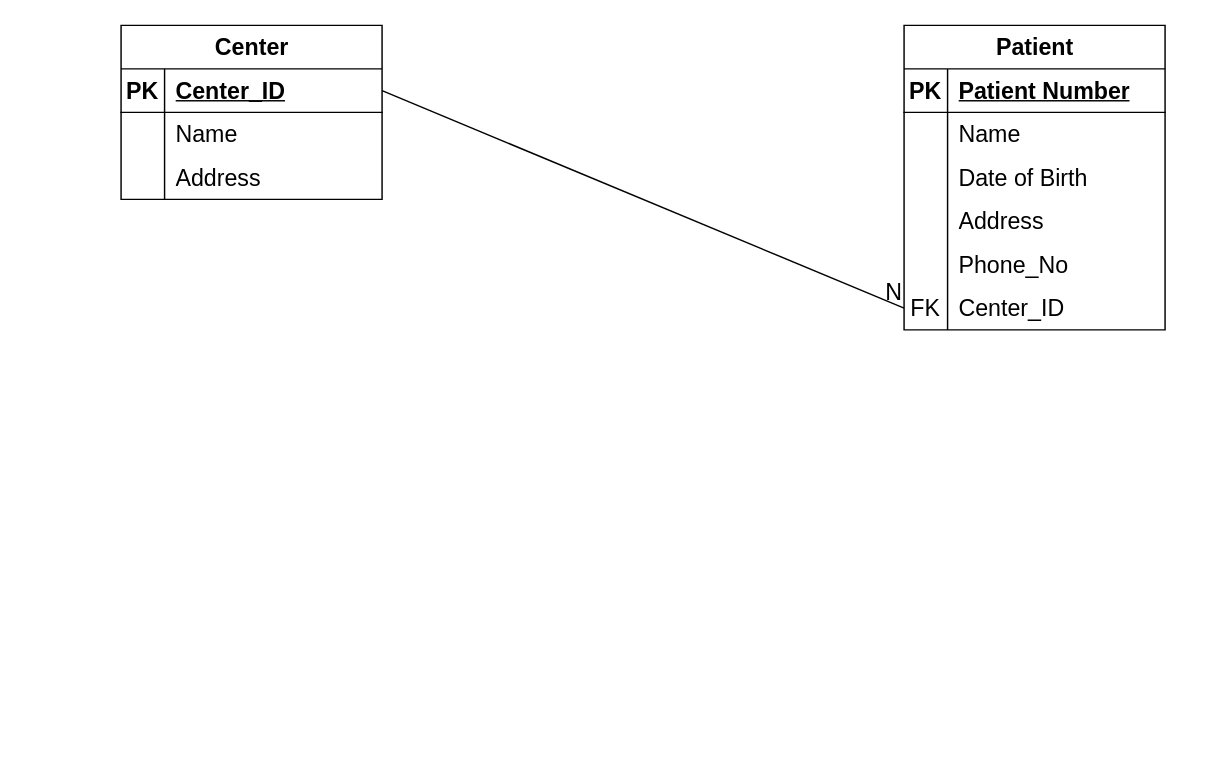
Before: DDD/Untitled Diagram.drawio in ThanushkarSiva1238/Database_Design, a draw.io diagram. Source tidied: cells renumbered, new cells numbered last; positions are measured from the earlier drawing's top-left corner, leaving out a move shared by most shapes. Both pictures are drawn from the tidied source at 145%, with x=0, y=0 at pixel (120, 25).
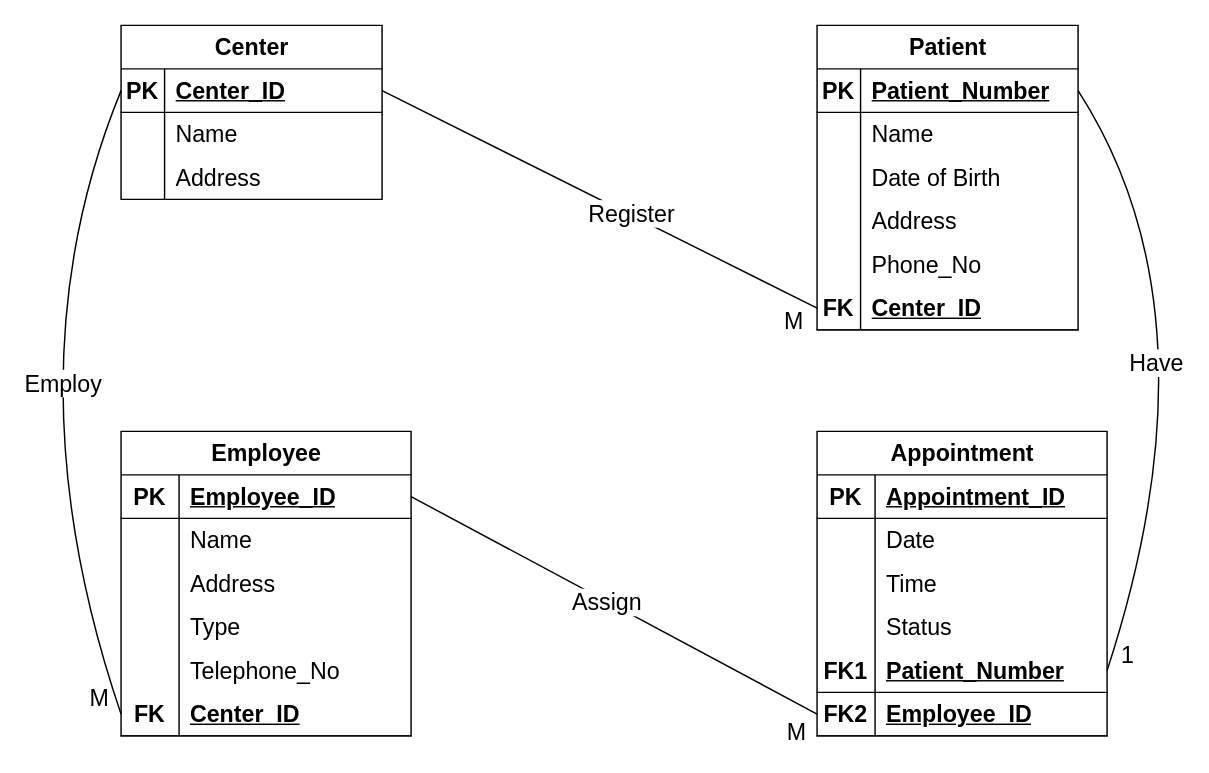
After the change.

Commit message (it also covers changes not shown here):
Medical Appointment System Diagram.drawio

Unchanged cells that the change refers to:
```xml
<mxCell id="3" style="shape=tableRow;horizontal=0;startSize=0;swimlaneHead=0;swimlaneBody=0;fillColor=none;points=[[0,0.5],[1,0.5]];portConstraint=eastwest;top=0;left=0;right=0;bottom=1;fontSize=16;" parent="2" vertex="1">
  <mxGeometry y="30" width="180" height="30" as="geometry" />
</mxCell>
<mxCell id="13" style="shape=tableRow;horizontal=0;startSize=0;swimlaneHead=0;swimlaneBody=0;fillColor=none;points=[[0,0.5],[1,0.5]];portConstraint=eastwest;top=0;left=0;right=0;bottom=1;fontSize=16;" parent="12" vertex="1">
  <mxGeometry y="30" width="180" height="30" as="geometry" />
</mxCell>
```

Diff of the diagram source:
```diff
@@
     <mxCell id="12" value="Patient" style="shape=table;startSize=30;childLayout=tableLayout;rowLines=0;fontStyle=1;align=center;html=1;fontSize=16;" parent="1" vertex="1">
-      <mxGeometry x="540" width="180" height="210" as="geometry" />
+      <mxGeometry x="480" width="180" height="210" as="geometry" />
     </mxCell>
@@
-    <mxCell id="15" value="Patient Number" style="shape=partialRectangle;fillColor=none;top=0;left=0;bottom=0;right=0;align=left;spacingLeft=6;fontStyle=5;overflow=hidden;whiteSpace=wrap;html=1;fontSize=16;" parent="13" vertex="1">
+    <mxCell id="15" value="Patient_Number" style="shape=partialRectangle;fillColor=none;top=0;left=0;bottom=0;right=0;align=left;spacingLeft=6;fontStyle=5;overflow=hidden;whiteSpace=wrap;html=1;fontSize=16;" parent="13" vertex="1">
       <mxGeometry x="30" width="150" height="30" as="geometry" />
     </mxCell>
@@
-    <mxCell id="28" style="shape=tableRow;horizontal=0;startSize=0;swimlaneHead=0;swimlaneBody=0;fillColor=none;points=[[0,0.5],[1,0.5]];portConstraint=eastwest;top=0;left=0;right=0;bottom=0;fontSize=16;" parent="12" vertex="1">
-      <mxGeometry y="180" width="180" height="30" as="geometry" />
-    </mxCell>
-    <mxCell id="29" value="FK" style="shape=partialRectangle;fillColor=none;top=0;left=0;bottom=0;right=0;overflow=hidden;whiteSpace=wrap;html=1;fontSize=16;" parent="28" vertex="1">
-      <mxGeometry width="30" height="30" as="geometry" />
-    </mxCell>
-    <mxCell id="30" value="Center_ID" style="shape=partialRectangle;fillColor=none;top=0;left=0;bottom=0;right=0;align=left;spacingLeft=6;overflow=hidden;whiteSpace=wrap;html=1;fontSize=16;" parent="28" vertex="1">
-      <mxGeometry x="30" width="150" height="30" as="geometry" />
-    </mxCell>
+    <mxCell id="33" style="shape=tableRow;horizontal=0;startSize=0;swimlaneHead=0;swimlaneBody=0;fillColor=none;top=0;left=0;right=0;bottom=1;fontSize=16;" parent="12" vertex="1">
+      <mxGeometry y="180" width="180" height="30" as="geometry" />
+    </mxCell>
+    <mxCell id="34" value="FK" style="shape=partialRectangle;fillColor=none;top=0;left=0;bottom=0;right=0;fontStyle=1;overflow=hidden;whiteSpace=wrap;html=1;fontSize=16;" parent="33" vertex="1">
+      <mxGeometry width="30" height="30" as="geometry" />
+    </mxCell>
+    <mxCell id="35" value="Center_ID" style="shape=partialRectangle;fillColor=none;top=0;left=0;bottom=0;right=0;align=left;spacingLeft=6;fontStyle=5;overflow=hidden;whiteSpace=wrap;html=1;fontSize=16;" parent="33" vertex="1">
+      <mxGeometry x="30" width="150" height="30" as="geometry" />
+    </mxCell>
-    <mxCell id="31" style="endArrow=none;html=1;rounded=0;fontSize=12;startSize=8;endSize=8;curved=1;exitX=1;exitY=0.5;exitDx=0;exitDy=0;entryX=0;entryY=0.5;entryDx=0;entryDy=0;" parent="1" edge="1" source="3" target="28">
-      <mxGeometry relative="1" as="geometry" />
+    <mxCell id="31" style="endArrow=none;html=1;rounded=0;fontSize=12;startSize=8;endSize=8;curved=1;exitX=1;exitY=0.5;exitDx=0;exitDy=0;entryX=0;entryY=0.5;entryDx=0;entryDy=0;" parent="1" edge="1" source="3">
+      <mxGeometry relative="1" as="geometry">
+        <mxPoint x="480" y="195" as="targetPoint" />
+      </mxGeometry>
     </mxCell>
-    <mxCell id="32" value="N" style="html=1;whiteSpace=wrap;align=right;verticalAlign=bottom;fontSize=16;" parent="31" vertex="1">
-      <mxGeometry x="1" relative="1" as="geometry" />
+    <mxCell id="32" value="M" style="html=1;whiteSpace=wrap;align=right;verticalAlign=bottom;fontSize=16;" parent="31" vertex="1">
+      <mxGeometry x="1" relative="1" as="geometry">
+        <mxPoint x="-8" y="20" as="offset" />
+      </mxGeometry>
     </mxCell>
+    <mxCell id="36" value="Register" style="edgeLabel;html=1;align=center;verticalAlign=middle;fontSize=16;" parent="31" vertex="1">
+      <mxGeometry x="0.14" y="1" relative="1" as="geometry" />
+    </mxCell>
+    <mxCell id="37" value="Appointment" style="shape=table;startSize=30;childLayout=tableLayout;rowLines=0;fontStyle=1;align=center;html=1;fontSize=16;" parent="1" vertex="1">
+      <mxGeometry x="480" y="280" width="200" height="210" as="geometry" />
+    </mxCell>
+    <mxCell id="38" style="shape=tableRow;horizontal=0;startSize=0;swimlaneHead=0;swimlaneBody=0;fillColor=none;top=0;left=0;right=0;bottom=1;fontSize=16;" parent="37" vertex="1">
+      <mxGeometry y="30" width="200" height="30" as="geometry" />
+    </mxCell>
+    <mxCell id="39" value="PK" style="shape=partialRectangle;fillColor=none;top=0;left=0;bottom=0;right=0;fontStyle=1;overflow=hidden;whiteSpace=wrap;html=1;fontSize=16;" parent="38" vertex="1">
+      <mxGeometry width="40" height="30" as="geometry" />
+    </mxCell>
+    <mxCell id="40" value="Appointment_ID" style="shape=partialRectangle;fillColor=none;top=0;left=0;bottom=0;right=0;align=left;spacingLeft=6;fontStyle=5;overflow=hidden;whiteSpace=wrap;html=1;fontSize=16;" parent="38" vertex="1">
+      <mxGeometry x="40" width="160" height="30" as="geometry" />
+    </mxCell>
+    <mxCell id="41" style="shape=tableRow;horizontal=0;startSize=0;swimlaneHead=0;swimlaneBody=0;fillColor=none;top=0;left=0;right=0;bottom=0;fontSize=16;" parent="37" vertex="1">
+      <mxGeometry y="60" width="200" height="30" as="geometry" />
+    </mxCell>
+    <mxCell id="42" style="shape=partialRectangle;fillColor=none;top=0;left=0;bottom=0;right=0;overflow=hidden;whiteSpace=wrap;html=1;fontSize=16;" parent="41" vertex="1">
+      <mxGeometry width="40" height="30" as="geometry" />
+    </mxCell>
+    <mxCell id="43" value="Date" style="shape=partialRectangle;fillColor=none;top=0;left=0;bottom=0;right=0;align=left;spacingLeft=6;overflow=hidden;whiteSpace=wrap;html=1;fontSize=16;" parent="41" vertex="1">
+      <mxGeometry x="40" width="160" height="30" as="geometry" />
+    </mxCell>
+    <mxCell id="44" style="shape=tableRow;horizontal=0;startSize=0;swimlaneHead=0;swimlaneBody=0;fillColor=none;top=0;left=0;right=0;bottom=0;fontSize=16;" parent="37" vertex="1">
+      <mxGeometry y="90" width="200" height="30" as="geometry" />
+    </mxCell>
+    <mxCell id="45" style="shape=partialRectangle;fillColor=none;top=0;left=0;bottom=0;right=0;overflow=hidden;whiteSpace=wrap;html=1;fontSize=16;" parent="44" vertex="1">
+      <mxGeometry width="40" height="30" as="geometry" />
+    </mxCell>
+    <mxCell id="46" value="Time" style="shape=partialRectangle;fillColor=none;top=0;left=0;bottom=0;right=0;align=left;spacingLeft=6;overflow=hidden;whiteSpace=wrap;html=1;fontSize=16;" parent="44" vertex="1">
+      <mxGeometry x="40" width="160" height="30" as="geometry" />
+    </mxCell>
+    <mxCell id="47" style="shape=tableRow;horizontal=0;startSize=0;swimlaneHead=0;swimlaneBody=0;fillColor=none;top=0;left=0;right=0;bottom=0;fontSize=16;" parent="37" vertex="1">
+      <mxGeometry y="120" width="200" height="30" as="geometry" />
+    </mxCell>
+    <mxCell id="48" style="shape=partialRectangle;fillColor=none;top=0;left=0;bottom=0;right=0;overflow=hidden;whiteSpace=wrap;html=1;fontSize=16;" parent="47" vertex="1">
+      <mxGeometry width="40" height="30" as="geometry" />
+    </mxCell>
+    <mxCell id="49" value="Status" style="shape=partialRectangle;fillColor=none;top=0;left=0;bottom=0;right=0;align=left;spacingLeft=6;overflow=hidden;whiteSpace=wrap;html=1;fontSize=16;" parent="47" vertex="1">
+      <mxGeometry x="40" width="160" height="30" as="geometry" />
+    </mxCell>
+    <mxCell id="50" style="shape=tableRow;horizontal=0;startSize=0;swimlaneHead=0;swimlaneBody=0;fillColor=none;points=[[0,0.5],[1,0.5]];portConstraint=eastwest;top=0;left=0;right=0;bottom=1;fontSize=16;" parent="37" vertex="1">
+      <mxGeometry y="150" width="200" height="30" as="geometry" />
+    </mxCell>
+    <mxCell id="51" value="FK1" style="shape=partialRectangle;fillColor=none;top=0;left=0;bottom=0;right=0;fontStyle=1;overflow=hidden;whiteSpace=wrap;html=1;fontSize=16;" parent="50" vertex="1">
+      <mxGeometry width="40" height="30" as="geometry" />
+    </mxCell>
+    <mxCell id="52" value="Patient_Number" style="shape=partialRectangle;fillColor=none;top=0;left=0;bottom=0;right=0;align=left;spacingLeft=6;fontStyle=5;overflow=hidden;whiteSpace=wrap;html=1;fontSize=16;" parent="50" vertex="1">
+      <mxGeometry x="40" width="160" height="30" as="geometry" />
+    </mxCell>
+    <mxCell id="53" style="shape=tableRow;horizontal=0;startSize=0;swimlaneHead=0;swimlaneBody=0;fillColor=none;points=[[0,0.5],[1,0.5]];portConstraint=eastwest;top=0;left=0;right=0;bottom=1;fontSize=16;" parent="37" vertex="1">
+      <mxGeometry y="180" width="200" height="30" as="geometry" />
+    </mxCell>
+    <mxCell id="54" value="FK2" style="shape=partialRectangle;fillColor=none;top=0;left=0;bottom=0;right=0;fontStyle=1;overflow=hidden;whiteSpace=wrap;html=1;fontSize=16;" parent="53" vertex="1">
+      <mxGeometry width="40" height="30" as="geometry" />
+    </mxCell>
+    <mxCell id="55" value="Employee_ID" style="shape=partialRectangle;fillColor=none;top=0;left=0;bottom=0;right=0;align=left;spacingLeft=6;fontStyle=5;overflow=hidden;whiteSpace=wrap;html=1;fontSize=16;" parent="53" vertex="1">
+      <mxGeometry x="40" width="160" height="30" as="geometry" />
+    </mxCell>
+    <mxCell id="56" style="endArrow=none;html=1;rounded=0;fontSize=12;startSize=8;endSize=8;curved=1;exitX=1;exitY=0.5;exitDx=0;exitDy=0;entryX=1;entryY=0.5;entryDx=0;entryDy=0;" parent="1" edge="1" source="13" target="50">
+      <mxGeometry relative="1" as="geometry">
+        <Array as="points">
+          <mxPoint x="760" y="200" />
+        </Array>
+      </mxGeometry>
+    </mxCell>
+    <mxCell id="57" value="1" style="html=1;whiteSpace=wrap;align=right;verticalAlign=bottom;fontSize=16;" parent="56" vertex="1">
+      <mxGeometry x="1" relative="1" as="geometry">
+        <mxPoint x="20" as="offset" />
+      </mxGeometry>
+    </mxCell>
+    <mxCell id="58" value="Have" style="edgeLabel;html=1;align=center;verticalAlign=middle;fontSize=16;" parent="56" vertex="1">
+      <mxGeometry x="0.04" y="-34" relative="1" as="geometry" />
+    </mxCell>
+    <mxCell id="59" value="Employee" style="shape=table;startSize=30;childLayout=tableLayout;rowLines=0;fontStyle=1;align=center;html=1;fontSize=16;" parent="1" vertex="1">
+      <mxGeometry y="280" width="200" height="210" as="geometry" />
+    </mxCell>
+    <mxCell id="60" style="shape=tableRow;horizontal=0;startSize=0;swimlaneHead=0;swimlaneBody=0;fillColor=none;points=[[0,0.5],[1,0.5]];portConstraint=eastwest;top=0;left=0;right=0;bottom=1;fontSize=16;" parent="59" vertex="1">
+      <mxGeometry y="30" width="200" height="30" as="geometry" />
+    </mxCell>
+    <mxCell id="61" value="PK" style="shape=partialRectangle;fillColor=none;top=0;left=0;bottom=0;right=0;fontStyle=1;overflow=hidden;whiteSpace=wrap;html=1;fontSize=16;" parent="60" vertex="1">
+      <mxGeometry width="40" height="30" as="geometry" />
+    </mxCell>
+    <mxCell id="62" value="Employee_ID" style="shape=partialRectangle;fillColor=none;top=0;left=0;bottom=0;right=0;align=left;spacingLeft=6;fontStyle=5;overflow=hidden;whiteSpace=wrap;html=1;fontSize=16;" parent="60" vertex="1">
+      <mxGeometry x="40" width="160" height="30" as="geometry" />
+    </mxCell>
+    <mxCell id="63" style="shape=tableRow;horizontal=0;startSize=0;swimlaneHead=0;swimlaneBody=0;fillColor=none;top=0;left=0;right=0;bottom=0;fontSize=16;" parent="59" vertex="1">
+      <mxGeometry y="60" width="200" height="30" as="geometry" />
+    </mxCell>
+    <mxCell id="64" style="shape=partialRectangle;fillColor=none;top=0;left=0;bottom=0;right=0;overflow=hidden;whiteSpace=wrap;html=1;fontSize=16;" parent="63" vertex="1">
+      <mxGeometry width="40" height="30" as="geometry" />
+    </mxCell>
+    <mxCell id="65" value="Name" style="shape=partialRectangle;fillColor=none;top=0;left=0;bottom=0;right=0;align=left;spacingLeft=6;overflow=hidden;whiteSpace=wrap;html=1;fontSize=16;" parent="63" vertex="1">
+      <mxGeometry x="40" width="160" height="30" as="geometry" />
+    </mxCell>
+    <mxCell id="66" style="shape=tableRow;horizontal=0;startSize=0;swimlaneHead=0;swimlaneBody=0;fillColor=none;top=0;left=0;right=0;bottom=0;fontSize=16;" parent="59" vertex="1">
+      <mxGeometry y="90" width="200" height="30" as="geometry" />
+    </mxCell>
+    <mxCell id="67" style="shape=partialRectangle;fillColor=none;top=0;left=0;bottom=0;right=0;overflow=hidden;whiteSpace=wrap;html=1;fontSize=16;" parent="66" vertex="1">
+      <mxGeometry width="40" height="30" as="geometry" />
+    </mxCell>
+    <mxCell id="68" value="Address" style="shape=partialRectangle;fillColor=none;top=0;left=0;bottom=0;right=0;align=left;spacingLeft=6;overflow=hidden;whiteSpace=wrap;html=1;fontSize=16;" parent="66" vertex="1">
+      <mxGeometry x="40" width="160" height="30" as="geometry" />
+    </mxCell>
+    <mxCell id="69" style="shape=tableRow;horizontal=0;startSize=0;swimlaneHead=0;swimlaneBody=0;fillColor=none;top=0;left=0;right=0;bottom=0;fontSize=16;" parent="59" vertex="1">
+      <mxGeometry y="120" width="200" height="30" as="geometry" />
+    </mxCell>
+    <mxCell id="70" style="shape=partialRectangle;fillColor=none;top=0;left=0;bottom=0;right=0;overflow=hidden;whiteSpace=wrap;html=1;fontSize=16;" parent="69" vertex="1">
+      <mxGeometry width="40" height="30" as="geometry" />
+    </mxCell>
+    <mxCell id="71" value="Type" style="shape=partialRectangle;fillColor=none;top=0;left=0;bottom=0;right=0;align=left;spacingLeft=6;overflow=hidden;whiteSpace=wrap;html=1;fontSize=16;" parent="69" vertex="1">
+      <mxGeometry x="40" width="160" height="30" as="geometry" />
+    </mxCell>
+    <mxCell id="72" style="shape=tableRow;horizontal=0;startSize=0;swimlaneHead=0;swimlaneBody=0;fillColor=none;top=0;left=0;right=0;bottom=0;fontSize=16;" parent="59" vertex="1">
+      <mxGeometry y="150" width="200" height="30" as="geometry" />
+    </mxCell>
+    <mxCell id="73" style="shape=partialRectangle;fillColor=none;top=0;left=0;bottom=0;right=0;overflow=hidden;whiteSpace=wrap;html=1;fontSize=16;" parent="72" vertex="1">
+      <mxGeometry width="40" height="30" as="geometry" />
+    </mxCell>
+    <mxCell id="74" value="Telephone_No" style="shape=partialRectangle;fillColor=none;top=0;left=0;bottom=0;right=0;align=left;spacingLeft=6;overflow=hidden;whiteSpace=wrap;html=1;fontSize=16;" parent="72" vertex="1">
+      <mxGeometry x="40" width="160" height="30" as="geometry" />
+    </mxCell>
+    <mxCell id="75" style="shape=tableRow;horizontal=0;startSize=0;swimlaneHead=0;swimlaneBody=0;fillColor=none;points=[[0,0.5],[1,0.5]];portConstraint=eastwest;top=0;left=0;right=0;bottom=1;fontSize=16;" parent="59" vertex="1">
+      <mxGeometry y="180" width="200" height="30" as="geometry" />
+    </mxCell>
+    <mxCell id="76" value="FK" style="shape=partialRectangle;fillColor=none;top=0;left=0;bottom=0;right=0;fontStyle=1;overflow=hidden;whiteSpace=wrap;html=1;fontSize=16;" parent="75" vertex="1">
+      <mxGeometry width="40" height="30" as="geometry" />
+    </mxCell>
+    <mxCell id="77" value="Center_ID" style="shape=partialRectangle;fillColor=none;top=0;left=0;bottom=0;right=0;align=left;spacingLeft=6;fontStyle=5;overflow=hidden;whiteSpace=wrap;html=1;fontSize=16;" parent="75" vertex="1">
+      <mxGeometry x="40" width="160" height="30" as="geometry" />
+    </mxCell>
+    <mxCell id="78" style="endArrow=none;html=1;rounded=0;fontSize=12;startSize=8;endSize=8;curved=1;exitX=0;exitY=0.5;exitDx=0;exitDy=0;entryX=0;entryY=0.5;entryDx=0;entryDy=0;" parent="1" edge="1" source="3" target="75">
+      <mxGeometry relative="1" as="geometry">
+        <Array as="points">
+          <mxPoint x="-80" y="240" />
+        </Array>
+      </mxGeometry>
+    </mxCell>
+    <mxCell id="79" value="M" style="html=1;whiteSpace=wrap;align=right;verticalAlign=bottom;fontSize=16;" parent="78" vertex="1">
+      <mxGeometry x="1" relative="1" as="geometry">
+        <mxPoint x="-7" as="offset" />
+      </mxGeometry>
+    </mxCell>
+    <mxCell id="80" value="Employ" style="edgeLabel;html=1;align=center;verticalAlign=middle;fontSize=16;" parent="78" vertex="1">
+      <mxGeometry y="35" relative="1" as="geometry" />
+    </mxCell>
+    <mxCell id="81" style="endArrow=none;html=1;rounded=0;fontSize=12;startSize=8;endSize=8;curved=1;exitX=0;exitY=0.5;exitDx=0;exitDy=0;entryX=1;entryY=0.5;entryDx=0;entryDy=0;" parent="1" edge="1" source="53" target="60">
+      <mxGeometry relative="1" as="geometry" />
+    </mxCell>
+    <mxCell id="82" value="M" style="html=1;whiteSpace=wrap;align=right;verticalAlign=bottom;fontSize=16;" parent="81" vertex="1">
+      <mxGeometry x="1" relative="1" as="geometry">
+        <mxPoint x="274" y="173" as="offset" />
+      </mxGeometry>
+    </mxCell>
+    <mxCell id="83" value="Assign" style="edgeLabel;html=1;align=center;verticalAlign=middle;fontSize=16;" parent="81" vertex="1">
+      <mxGeometry x="0.04" relative="1" as="geometry" />
+    </mxCell>
```
